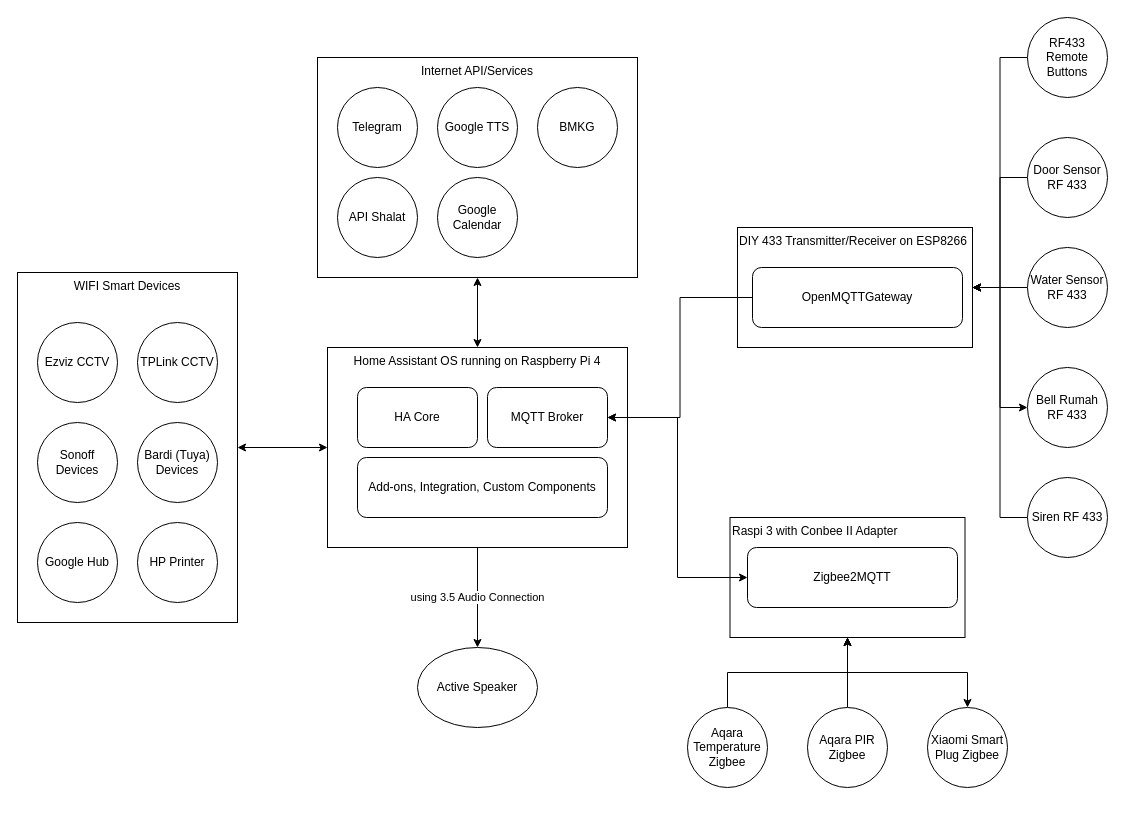
The draw.io diagram drawio/HA home architecture.drawio in md-ray/home-assistant, before the edit. Source tidied: cells renumbered, new cells numbered last; positions are measured from the earlier drawing's top-left corner, leaving out a move shared by most shapes. Both pictures are drawn from the tidied source at 100%, with x=0, y=0 at pixel (17, 17).
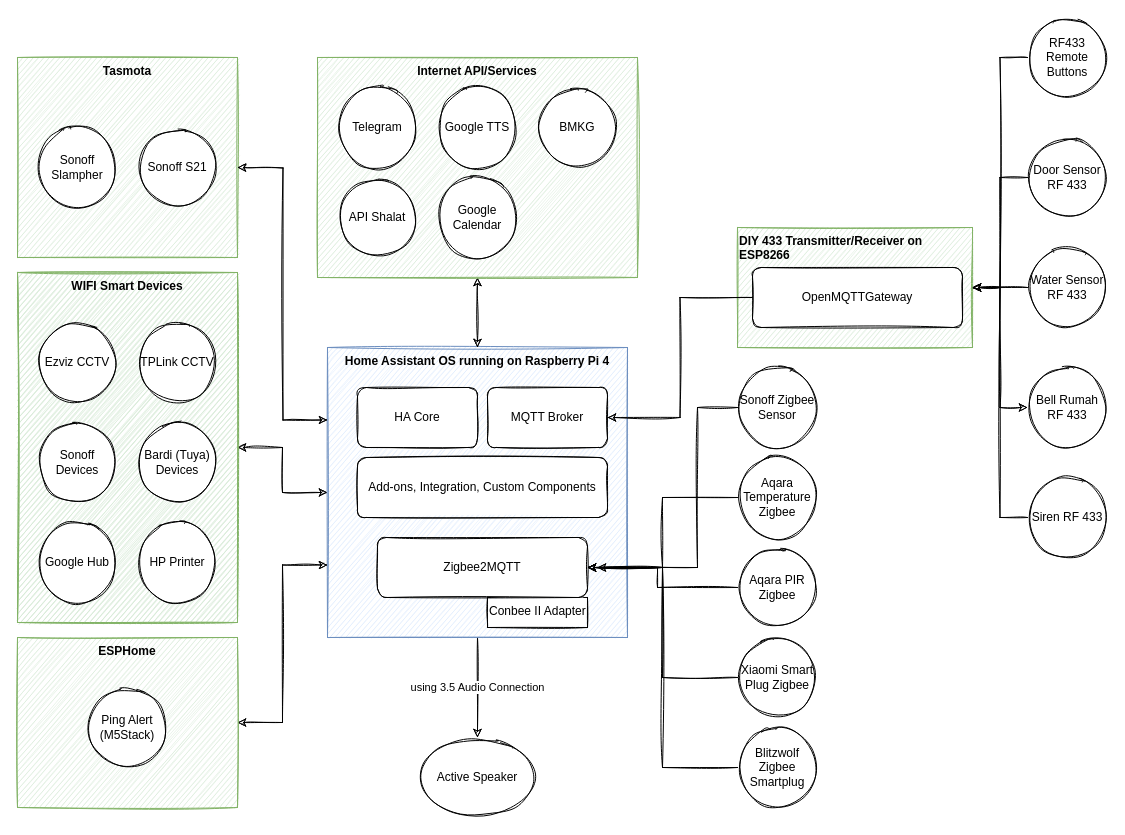
Above is the later version.

Commit message (it also covers changes not shown here):
Correct typo; update arch diagram; add AdGuard picture

Diff of the diagram source:
```diff
@@
-    <mxCell id="2" style="edgeStyle=orthogonalEdgeStyle;rounded=0;jettySize=auto;html=1;entryX=0;entryY=0.5;entryDx=0;entryDy=0;startArrow=classic;startFill=1;" parent="1" edge="1" source="30" target="4">
+    <mxCell id="2" style="edgeStyle=orthogonalEdgeStyle;rounded=0;jettySize=auto;html=1;entryX=0;entryY=0.5;entryDx=0;entryDy=0;startArrow=classic;startFill=1;sketch=1;" parent="1" edge="1" source="30" target="4">
       <mxGeometry relative="1" as="geometry" />
     </mxCell>
-    <mxCell id="3" value="using 3.5 Audio Connection" style="edgeStyle=orthogonalEdgeStyle;rounded=0;jettySize=auto;html=1;entryX=0.5;entryY=0;entryDx=0;entryDy=0;" parent="1" edge="1" source="4" target="11">
+    <mxCell id="3" value="using 3.5 Audio Connection" style="edgeStyle=orthogonalEdgeStyle;rounded=0;jettySize=auto;html=1;entryX=0.5;entryY=0;entryDx=0;entryDy=0;sketch=1;" parent="1" edge="1" source="4" target="11">
       <mxGeometry relative="1" as="geometry" />
     </mxCell>
-    <mxCell id="4" value="Home Assistant OS running on Raspberry Pi 4" style="rounded=0;whiteSpace=wrap;html=1;align=center;labelPosition=center;verticalLabelPosition=middle;verticalAlign=top;" parent="1" vertex="1">
-      <mxGeometry x="310" y="330" width="300" height="200" as="geometry" />
+    <mxCell id="4" value="&lt;b&gt;Home Assistant OS running on Raspberry Pi 4&lt;/b&gt;" style="rounded=0;whiteSpace=wrap;html=1;align=center;labelPosition=center;verticalLabelPosition=middle;verticalAlign=top;sketch=1;fillColor=#dae8fc;strokeColor=#6c8ebf;" parent="1" vertex="1">
+      <mxGeometry x="310" y="330" width="300" height="290" as="geometry" />
     </mxCell>
-    <mxCell id="5" value="MQTT Broker" style="rounded=1;whiteSpace=wrap;html=1;" parent="1" vertex="1">
+    <mxCell id="5" value="MQTT Broker" style="rounded=1;whiteSpace=wrap;html=1;sketch=1;" parent="1" vertex="1">
       <mxGeometry x="470" y="370" width="120" height="60" as="geometry" />
     </mxCell>
-    <mxCell id="6" value="HA Core" style="rounded=1;whiteSpace=wrap;html=1;" parent="1" vertex="1">
+    <mxCell id="6" value="HA Core" style="rounded=1;whiteSpace=wrap;html=1;sketch=1;" parent="1" vertex="1">
       <mxGeometry x="340" y="370" width="120" height="60" as="geometry" />
     </mxCell>
-    <mxCell id="7" value="Add-ons, Integration, Custom Components" style="rounded=1;whiteSpace=wrap;html=1;" parent="1" vertex="1">
+    <mxCell id="7" value="Add-ons, Integration, Custom Components" style="rounded=1;whiteSpace=wrap;html=1;sketch=1;" parent="1" vertex="1">
       <mxGeometry x="340" y="440" width="250" height="60" as="geometry" />
     </mxCell>
-    <mxCell id="8" value="DIY 433 Transmitter/Receiver on ESP8266" style="rounded=0;whiteSpace=wrap;html=1;align=left;verticalAlign=top;" parent="1" vertex="1">
+    <mxCell id="8" value="&lt;b&gt;DIY 433 Transmitter/Receiver on ESP8266&lt;/b&gt;" style="rounded=0;whiteSpace=wrap;html=1;align=left;verticalAlign=top;sketch=1;fillColor=#d5e8d4;strokeColor=#82b366;" parent="1" vertex="1">
       <mxGeometry x="720" y="210" width="235" height="120" as="geometry" />
     </mxCell>
-    <mxCell id="9" style="edgeStyle=orthogonalEdgeStyle;rounded=0;jettySize=auto;html=1;entryX=1;entryY=0.5;entryDx=0;entryDy=0;" parent="1" edge="1" source="10" target="5">
+    <mxCell id="9" style="edgeStyle=orthogonalEdgeStyle;rounded=0;jettySize=auto;html=1;entryX=1;entryY=0.5;entryDx=0;entryDy=0;sketch=1;" parent="1" edge="1" source="10" target="5">
       <mxGeometry relative="1" as="geometry" />
     </mxCell>
-    <mxCell id="10" value="OpenMQTTGateway" style="rounded=1;whiteSpace=wrap;html=1;" parent="1" vertex="1">
+    <mxCell id="10" value="OpenMQTTGateway" style="rounded=1;whiteSpace=wrap;html=1;sketch=1;" parent="1" vertex="1">
       <mxGeometry x="735" y="250" width="210" height="60" as="geometry" />
     </mxCell>
-    <mxCell id="11" value="Active Speaker" style="ellipse;whiteSpace=wrap;html=1;align=center;" parent="1" vertex="1">
-      <mxGeometry x="400" y="630" width="120" height="80" as="geometry" />
+    <mxCell id="11" value="Active Speaker" style="ellipse;whiteSpace=wrap;html=1;align=center;sketch=1;" parent="1" vertex="1">
+      <mxGeometry x="400" y="720" width="120" height="80" as="geometry" />
     </mxCell>
-    <mxCell id="12" style="edgeStyle=orthogonalEdgeStyle;rounded=0;jettySize=auto;html=1;entryX=1;entryY=0.5;entryDx=0;entryDy=0;" parent="1" edge="1" source="13" target="8">
+    <mxCell id="12" style="edgeStyle=orthogonalEdgeStyle;rounded=0;jettySize=auto;html=1;entryX=1;entryY=0.5;entryDx=0;entryDy=0;sketch=1;" parent="1" edge="1" source="13" target="8">
       <mxGeometry relative="1" as="geometry" />
     </mxCell>
-    <mxCell id="13" value="Door Sensor RF 433" style="ellipse;whiteSpace=wrap;html=1;align=center;" parent="1" vertex="1">
+    <mxCell id="13" value="Door Sensor RF 433" style="ellipse;whiteSpace=wrap;html=1;align=center;sketch=1;" parent="1" vertex="1">
       <mxGeometry x="1010" y="120" width="80" height="80" as="geometry" />
     </mxCell>
-    <mxCell id="14" style="edgeStyle=orthogonalEdgeStyle;rounded=0;jettySize=auto;html=1;entryX=1;entryY=0.5;entryDx=0;entryDy=0;" parent="1" edge="1" source="15" target="8">
+    <mxCell id="14" style="edgeStyle=orthogonalEdgeStyle;rounded=0;jettySize=auto;html=1;entryX=1;entryY=0.5;entryDx=0;entryDy=0;sketch=1;" parent="1" edge="1" source="15" target="8">
       <mxGeometry relative="1" as="geometry" />
     </mxCell>
-    <mxCell id="15" value="Water Sensor RF 433" style="ellipse;whiteSpace=wrap;html=1;align=center;" parent="1" vertex="1">
+    <mxCell id="15" value="Water Sensor RF 433" style="ellipse;whiteSpace=wrap;html=1;align=center;sketch=1;" parent="1" vertex="1">
       <mxGeometry x="1010" y="230" width="80" height="80" as="geometry" />
     </mxCell>
-    <mxCell id="16" style="edgeStyle=orthogonalEdgeStyle;rounded=0;jettySize=auto;html=1;entryX=1;entryY=0.5;entryDx=0;entryDy=0;startArrow=classic;startFill=1;" parent="1" edge="1" source="17" target="8">
+    <mxCell id="16" style="edgeStyle=orthogonalEdgeStyle;rounded=0;jettySize=auto;html=1;entryX=1;entryY=0.5;entryDx=0;entryDy=0;startArrow=classic;startFill=1;sketch=1;" parent="1" edge="1" source="17" target="8">
       <mxGeometry relative="1" as="geometry" />
     </mxCell>
-    <mxCell id="17" value="Bell Rumah RF 433" style="ellipse;whiteSpace=wrap;html=1;align=center;" parent="1" vertex="1">
+    <mxCell id="17" value="Bell Rumah RF 433" style="ellipse;whiteSpace=wrap;html=1;align=center;sketch=1;" parent="1" vertex="1">
       <mxGeometry x="1010" y="350" width="80" height="80" as="geometry" />
     </mxCell>
-    <mxCell id="18" style="edgeStyle=orthogonalEdgeStyle;rounded=0;jettySize=auto;html=1;entryX=1;entryY=0.5;entryDx=0;entryDy=0;" parent="1" edge="1" source="19" target="8">
+    <mxCell id="18" style="edgeStyle=orthogonalEdgeStyle;rounded=0;jettySize=auto;html=1;entryX=1;entryY=0.5;entryDx=0;entryDy=0;sketch=1;" parent="1" edge="1" source="19" target="8">
       <mxGeometry relative="1" as="geometry" />
     </mxCell>
-    <mxCell id="19" value="Siren RF 433" style="ellipse;whiteSpace=wrap;html=1;align=center;" parent="1" vertex="1">
+    <mxCell id="19" value="Siren RF 433" style="ellipse;whiteSpace=wrap;html=1;align=center;sketch=1;" parent="1" vertex="1">
       <mxGeometry x="1010" y="460" width="80" height="80" as="geometry" />
     </mxCell>
-    <mxCell id="20" value="Raspi 3 with Conbee II Adapter" style="rounded=0;whiteSpace=wrap;html=1;align=left;verticalAlign=top;" parent="1" vertex="1">
-      <mxGeometry x="712.5" y="500" width="235" height="120" as="geometry" />
+    <mxCell id="20" value="Conbee II Adapter" style="rounded=0;whiteSpace=wrap;html=1;align=left;verticalAlign=top;sketch=1;" parent="1" vertex="1">
+      <mxGeometry x="470" y="580" width="100" height="30" as="geometry" />
     </mxCell>
-    <mxCell id="21" style="edgeStyle=orthogonalEdgeStyle;rounded=0;jettySize=auto;html=1;entryX=1;entryY=0.5;entryDx=0;entryDy=0;startArrow=classic;startFill=1;" parent="1" edge="1" source="22" target="5">
-      <mxGeometry relative="1" as="geometry" />
-    </mxCell>
-    <mxCell id="22" value="Zigbee2MQTT" style="rounded=1;whiteSpace=wrap;html=1;" parent="1" vertex="1">
-      <mxGeometry x="730" y="530" width="210" height="60" as="geometry" />
+    <mxCell id="22" value="Zigbee2MQTT" style="rounded=1;whiteSpace=wrap;html=1;sketch=1;" parent="1" vertex="1">
+      <mxGeometry x="360" y="520" width="210" height="60" as="geometry" />
     </mxCell>
-    <mxCell id="23" style="edgeStyle=orthogonalEdgeStyle;rounded=0;jettySize=auto;html=1;entryX=0.5;entryY=1;entryDx=0;entryDy=0;startArrow=none;startFill=0;" parent="1" edge="1" source="24" target="20">
-      <mxGeometry relative="1" as="geometry" />
-    </mxCell>
+    <mxCell id="46" style="edgeStyle=orthogonalEdgeStyle;rounded=0;jettySize=auto;html=1;entryX=1;entryY=0.5;entryDx=0;entryDy=0;sketch=1;" parent="1" edge="1" source="24" target="22">
+      <mxGeometry relative="1" as="geometry" />
+    </mxCell>
-    <mxCell id="24" value="Aqara Temperature Zigbee" style="ellipse;whiteSpace=wrap;html=1;align=center;" parent="1" vertex="1">
-      <mxGeometry x="670" y="690" width="80" height="80" as="geometry" />
+    <mxCell id="24" value="Aqara Temperature Zigbee" style="ellipse;whiteSpace=wrap;html=1;align=center;sketch=1;" parent="1" vertex="1">
+      <mxGeometry x="720" y="440" width="80" height="80" as="geometry" />
     </mxCell>
-    <mxCell id="25" style="edgeStyle=orthogonalEdgeStyle;rounded=0;jettySize=auto;html=1;entryX=0.5;entryY=1;entryDx=0;entryDy=0;startArrow=none;startFill=0;" parent="1" edge="1" source="26" target="20">
-      <mxGeometry relative="1" as="geometry" />
-    </mxCell>
+    <mxCell id="47" style="edgeStyle=orthogonalEdgeStyle;rounded=0;jettySize=auto;html=1;sketch=1;" parent="1" edge="1" source="26">
+      <mxGeometry relative="1" as="geometry">
+        <mxPoint x="580" y="550" as="targetPoint" />
+        <Array as="points">
+          <mxPoint x="640" y="570" />
+          <mxPoint x="640" y="550" />
+        </Array>
+      </mxGeometry>
+    </mxCell>
-    <mxCell id="26" value="Aqara PIR Zigbee" style="ellipse;whiteSpace=wrap;html=1;align=center;" parent="1" vertex="1">
-      <mxGeometry x="790" y="690" width="80" height="80" as="geometry" />
+    <mxCell id="26" value="Aqara PIR Zigbee" style="ellipse;whiteSpace=wrap;html=1;align=center;sketch=1;" parent="1" vertex="1">
+      <mxGeometry x="720" y="530" width="80" height="80" as="geometry" />
     </mxCell>
-    <mxCell id="27" style="edgeStyle=orthogonalEdgeStyle;rounded=0;jettySize=auto;html=1;entryX=0.5;entryY=1;entryDx=0;entryDy=0;startArrow=classic;startFill=1;" parent="1" edge="1" source="28" target="20">
-      <mxGeometry relative="1" as="geometry" />
-    </mxCell>
+    <mxCell id="48" style="edgeStyle=orthogonalEdgeStyle;rounded=0;jettySize=auto;html=1;entryX=1;entryY=0.5;entryDx=0;entryDy=0;sketch=1;" parent="1" edge="1" source="28" target="22">
+      <mxGeometry relative="1" as="geometry" />
+    </mxCell>
-    <mxCell id="28" value="Xiaomi Smart Plug Zigbee" style="ellipse;whiteSpace=wrap;html=1;align=center;" parent="1" vertex="1">
-      <mxGeometry x="910" y="690" width="80" height="80" as="geometry" />
+    <mxCell id="28" value="Xiaomi Smart Plug Zigbee" style="ellipse;whiteSpace=wrap;html=1;align=center;sketch=1;" parent="1" vertex="1">
+      <mxGeometry x="720" y="620" width="80" height="80" as="geometry" />
     </mxCell>
-    <mxCell id="29" style="group;" parent="1" vertex="1">
+    <mxCell id="29" style="group;sketch=1;strokeColor=#82b366;fillColor=#D5E8D4;" parent="1" vertex="1">
       <mxGeometry y="255" width="220" height="350" as="geometry" />
     </mxCell>
-    <mxCell id="30" value="WIFI Smart Devices" style="rounded=0;whiteSpace=wrap;html=1;align=center;verticalAlign=top;" parent="29" vertex="1">
+    <mxCell id="30" value="&lt;b&gt;WIFI Smart Devices&lt;/b&gt;" style="rounded=0;whiteSpace=wrap;html=1;align=center;verticalAlign=top;sketch=1;fillColor=#d5e8d4;strokeColor=#82b366;" parent="29" vertex="1">
       <mxGeometry width="220" height="350" as="geometry" />
     </mxCell>
-    <mxCell id="31" value="Ezviz CCTV" style="ellipse;whiteSpace=wrap;html=1;align=center;" parent="29" vertex="1">
+    <mxCell id="31" value="Ezviz CCTV" style="ellipse;whiteSpace=wrap;html=1;align=center;sketch=1;" parent="29" vertex="1">
       <mxGeometry x="20" y="50" width="80" height="80" as="geometry" />
     </mxCell>
-    <mxCell id="32" value="TPLink CCTV" style="ellipse;whiteSpace=wrap;html=1;align=center;" parent="29" vertex="1">
+    <mxCell id="32" value="TPLink CCTV" style="ellipse;whiteSpace=wrap;html=1;align=center;sketch=1;" parent="29" vertex="1">
       <mxGeometry x="120" y="50" width="80" height="80" as="geometry" />
     </mxCell>
-    <mxCell id="33" value="Sonoff Devices" style="ellipse;whiteSpace=wrap;html=1;align=center;" parent="29" vertex="1">
+    <mxCell id="33" value="Sonoff Devices" style="ellipse;whiteSpace=wrap;html=1;align=center;sketch=1;" parent="29" vertex="1">
       <mxGeometry x="20" y="150" width="80" height="80" as="geometry" />
     </mxCell>
-    <mxCell id="34" value="Bardi (Tuya) Devices" style="ellipse;whiteSpace=wrap;html=1;align=center;" parent="29" vertex="1">
+    <mxCell id="34" value="Bardi (Tuya) Devices" style="ellipse;whiteSpace=wrap;html=1;align=center;sketch=1;" parent="29" vertex="1">
       <mxGeometry x="120" y="150" width="80" height="80" as="geometry" />
     </mxCell>
-    <mxCell id="35" value="Google Hub" style="ellipse;whiteSpace=wrap;html=1;align=center;" parent="29" vertex="1">
+    <mxCell id="35" value="Google Hub" style="ellipse;whiteSpace=wrap;html=1;align=center;sketch=1;" parent="29" vertex="1">
       <mxGeometry x="20" y="250" width="80" height="80" as="geometry" />
     </mxCell>
-    <mxCell id="36" value="HP Printer" style="ellipse;whiteSpace=wrap;html=1;align=center;" parent="29" vertex="1">
+    <mxCell id="36" value="HP Printer" style="ellipse;whiteSpace=wrap;html=1;align=center;sketch=1;" parent="29" vertex="1">
       <mxGeometry x="120" y="250" width="80" height="80" as="geometry" />
     </mxCell>
-    <mxCell id="37" style="edgeStyle=orthogonalEdgeStyle;rounded=0;jettySize=auto;html=1;entryX=0.5;entryY=0;entryDx=0;entryDy=0;startArrow=classic;startFill=1;" parent="1" edge="1" source="38" target="4">
+    <mxCell id="37" style="edgeStyle=orthogonalEdgeStyle;rounded=0;jettySize=auto;html=1;entryX=0.5;entryY=0;entryDx=0;entryDy=0;startArrow=classic;startFill=1;sketch=1;" parent="1" edge="1" source="38" target="4">
       <mxGeometry relative="1" as="geometry" />
     </mxCell>
-    <mxCell id="38" value="Internet API/Services" style="rounded=0;whiteSpace=wrap;html=1;align=center;verticalAlign=top;" parent="1" vertex="1">
+    <mxCell id="38" value="&lt;b&gt;Internet API/Services&lt;/b&gt;" style="rounded=0;whiteSpace=wrap;html=1;align=center;verticalAlign=top;sketch=1;fillColor=#d5e8d4;strokeColor=#82b366;" parent="1" vertex="1">
       <mxGeometry x="300" y="40" width="320" height="220" as="geometry" />
     </mxCell>
-    <mxCell id="39" value="Telegram" style="ellipse;whiteSpace=wrap;html=1;align=center;" parent="1" vertex="1">
+    <mxCell id="39" value="Telegram" style="ellipse;whiteSpace=wrap;html=1;align=center;sketch=1;" parent="1" vertex="1">
       <mxGeometry x="320" y="70" width="80" height="80" as="geometry" />
     </mxCell>
-    <mxCell id="40" value="Google TTS" style="ellipse;whiteSpace=wrap;html=1;align=center;" parent="1" vertex="1">
+    <mxCell id="40" value="Google TTS" style="ellipse;whiteSpace=wrap;html=1;align=center;sketch=1;" parent="1" vertex="1">
       <mxGeometry x="420" y="70" width="80" height="80" as="geometry" />
     </mxCell>
-    <mxCell id="41" value="Google Calendar" style="ellipse;whiteSpace=wrap;html=1;align=center;" parent="1" vertex="1">
+    <mxCell id="41" value="Google Calendar" style="ellipse;whiteSpace=wrap;html=1;align=center;sketch=1;" parent="1" vertex="1">
       <mxGeometry x="420" y="160" width="80" height="80" as="geometry" />
     </mxCell>
-    <mxCell id="42" value="API Shalat" style="ellipse;whiteSpace=wrap;html=1;align=center;" parent="1" vertex="1">
+    <mxCell id="42" value="API Shalat" style="ellipse;whiteSpace=wrap;html=1;align=center;sketch=1;" parent="1" vertex="1">
       <mxGeometry x="320" y="160" width="80" height="80" as="geometry" />
     </mxCell>
-    <mxCell id="43" value="BMKG" style="ellipse;whiteSpace=wrap;html=1;align=center;" parent="1" vertex="1">
+    <mxCell id="43" value="BMKG" style="ellipse;whiteSpace=wrap;html=1;align=center;sketch=1;" parent="1" vertex="1">
       <mxGeometry x="520" y="70" width="80" height="80" as="geometry" />
     </mxCell>
-    <mxCell id="44" style="edgeStyle=orthogonalEdgeStyle;rounded=0;jettySize=auto;html=1;entryX=1;entryY=0.5;entryDx=0;entryDy=0;startArrow=none;startFill=0;" parent="1" edge="1" source="45" target="8">
+    <mxCell id="44" style="edgeStyle=orthogonalEdgeStyle;rounded=0;jettySize=auto;html=1;entryX=1;entryY=0.5;entryDx=0;entryDy=0;startArrow=none;startFill=0;sketch=1;" parent="1" edge="1" source="45" target="8">
       <mxGeometry relative="1" as="geometry" />
     </mxCell>
-    <mxCell id="45" value="RF433 Remote Buttons" style="ellipse;whiteSpace=wrap;html=1;align=center;" parent="1" vertex="1">
+    <mxCell id="45" value="RF433 Remote Buttons" style="ellipse;whiteSpace=wrap;html=1;align=center;sketch=1;" parent="1" vertex="1">
       <mxGeometry x="1010" width="80" height="80" as="geometry" />
     </mxCell>
+    <mxCell id="49" style="edgeStyle=orthogonalEdgeStyle;rounded=0;jettySize=auto;html=1;entryX=1;entryY=0.5;entryDx=0;entryDy=0;sketch=1;" parent="1" edge="1" source="50" target="22">
+      <mxGeometry relative="1" as="geometry" />
+    </mxCell>
+    <mxCell id="50" value="Blitzwolf Zigbee Smartplug" style="ellipse;whiteSpace=wrap;html=1;align=center;sketch=1;" parent="1" vertex="1">
+      <mxGeometry x="720" y="710" width="80" height="80" as="geometry" />
+    </mxCell>
+    <mxCell id="51" style="edgeStyle=orthogonalEdgeStyle;rounded=0;jettySize=auto;html=1;entryX=1;entryY=0.5;entryDx=0;entryDy=0;sketch=1;" parent="1" edge="1" source="52" target="22">
+      <mxGeometry relative="1" as="geometry">
+        <Array as="points">
+          <mxPoint x="680" y="390" />
+          <mxPoint x="680" y="550" />
+        </Array>
+      </mxGeometry>
+    </mxCell>
+    <mxCell id="52" value="Sonoff Zigbee Sensor" style="ellipse;whiteSpace=wrap;html=1;align=center;sketch=1;" parent="1" vertex="1">
+      <mxGeometry x="720" y="350" width="80" height="80" as="geometry" />
+    </mxCell>
+    <mxCell id="53" value="&lt;b&gt;Tasmota&lt;/b&gt;" style="rounded=0;whiteSpace=wrap;html=1;align=center;verticalAlign=top;sketch=1;fillColor=#d5e8d4;strokeColor=#82b366;" parent="1" vertex="1">
+      <mxGeometry y="40" width="220" height="200" as="geometry" />
+    </mxCell>
+    <mxCell id="54" value="Sonoff Slampher" style="ellipse;whiteSpace=wrap;html=1;align=center;sketch=1;" parent="1" vertex="1">
+      <mxGeometry x="20" y="110" width="80" height="80" as="geometry" />
+    </mxCell>
+    <mxCell id="55" style="edgeStyle=orthogonalEdgeStyle;rounded=0;sketch=1;jettySize=auto;html=1;entryX=0;entryY=0.25;entryDx=0;entryDy=0;startArrow=classic;startFill=1;" parent="1" edge="1" target="4">
+      <mxGeometry relative="1" as="geometry">
+        <mxPoint x="220" y="150" as="sourcePoint" />
+      </mxGeometry>
+    </mxCell>
+    <mxCell id="56" value="Sonoff S21" style="ellipse;whiteSpace=wrap;html=1;align=center;sketch=1;" parent="1" vertex="1">
+      <mxGeometry x="120" y="110" width="80" height="80" as="geometry" />
+    </mxCell>
+    <mxCell id="57" style="edgeStyle=orthogonalEdgeStyle;rounded=0;sketch=1;jettySize=auto;html=1;entryX=0;entryY=0.75;entryDx=0;entryDy=0;startArrow=classic;startFill=1;" parent="1" edge="1" source="58" target="4">
+      <mxGeometry relative="1" as="geometry" />
+    </mxCell>
+    <mxCell id="58" value="&lt;b&gt;ESPHome&lt;/b&gt;" style="rounded=0;whiteSpace=wrap;html=1;align=center;verticalAlign=top;sketch=1;fillColor=#d5e8d4;strokeColor=#82b366;" parent="1" vertex="1">
+      <mxGeometry y="620" width="220" height="170" as="geometry" />
+    </mxCell>
+    <mxCell id="59" value="Ping Alert (M5Stack)" style="ellipse;whiteSpace=wrap;html=1;align=center;sketch=1;" parent="1" vertex="1">
+      <mxGeometry x="70" y="670" width="80" height="80" as="geometry" />
+    </mxCell>
```
